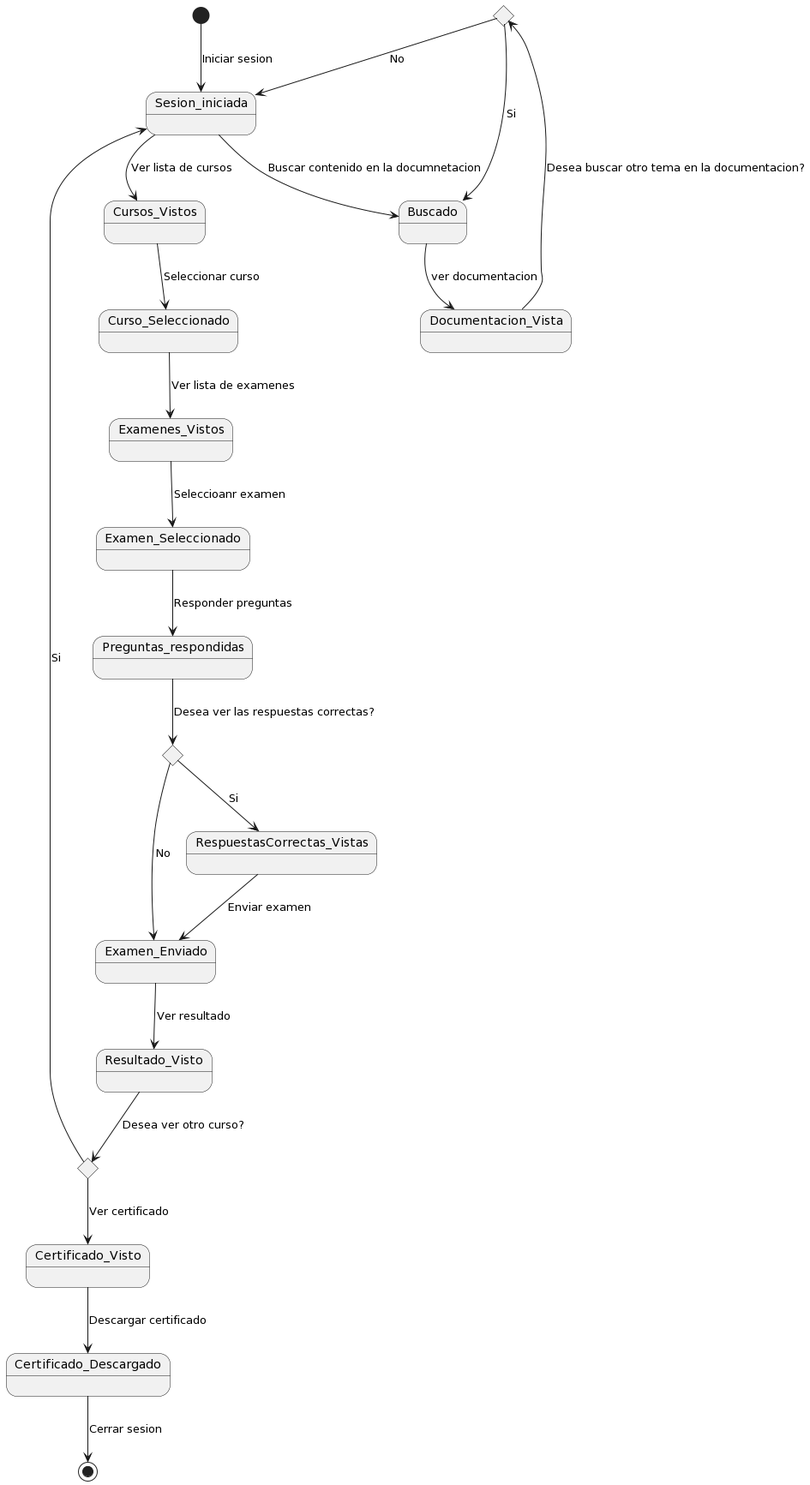
The PlantUML diagram out/docs/useCases/DiagramaDeEstadosDeUseCasesUsuario/DiagramaDeEstadosDeUseCasesUsuario.png in Carverz/IS-022023_Proyecto-Grupo-4, before a commit. Its diagram source:
```plantuml
@startuml
skinparam Style strictuml

state choice1 <<choice>>
state choice2 <<choice>>
state choice3 <<choice>>
[*] --> Sesion_iniciada: Iniciar sesion
Sesion_iniciada --> Buscado: Buscar contenido en la documnetacion
Buscado --> Documentacion_Vista: ver documentacion
Documentacion_Vista-->choice1: Desea buscar otro tema en la documentacion?
choice1 --> Buscado: Si
choice1 --> Sesion_iniciada: No

Sesion_iniciada --> Cursos_Vistos: Ver lista de cursos
Cursos_Vistos --> Curso_Seleccionado: Seleccionar curso
Curso_Seleccionado --> Examenes_Vistos: Ver lista de examenes
Examenes_Vistos --> Examen_Seleccionado: Seleccioanr examen
Examen_Seleccionado --> Preguntas_respondidas: Responder preguntas
Preguntas_respondidas --> choice2: Desea ver las respuestas correctas?
choice2 --> RespuestasCorrectas_Vistas: Si
RespuestasCorrectas_Vistas --> Examen_Enviado: Enviar examen
choice2 --> Examen_Enviado: No
Examen_Enviado --> Resultado_Visto: Ver resultado
Resultado_Visto --> choice3: Desea ver otro curso?
choice3 --> Sesion_iniciada: Si
choice3 --> Certificado_Visto: Ver certificado
Certificado_Visto --> Certificado_Descargado: Descargar certificado
Certificado_Descargado --> [*]: Cerrar sesion
@enduml
```
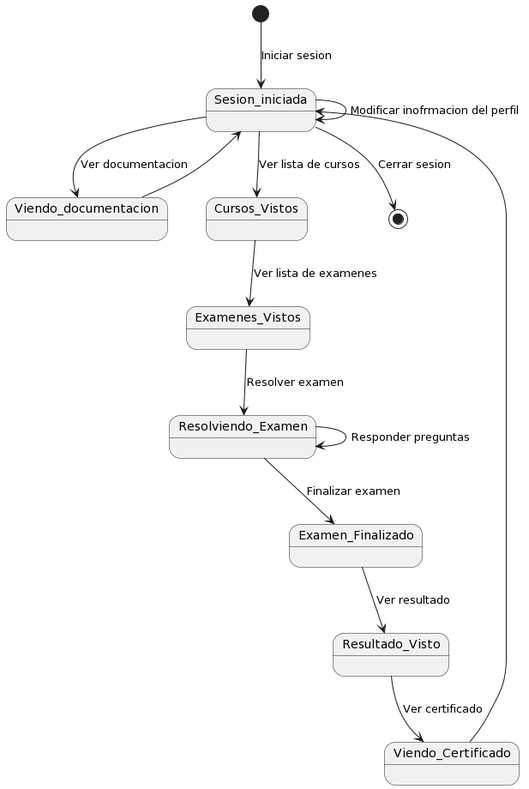
The same file after the commit.

What changed in the source:
```diff
@@ -1,29 +1,19 @@
 @startuml
 skinparam Style strictuml
 
-state choice1 <<choice>>
-state choice2 <<choice>>
-state choice3 <<choice>>
+
 [*] --> Sesion_iniciada: Iniciar sesion
-Sesion_iniciada --> Buscado: Buscar contenido en la documnetacion
-Buscado --> Documentacion_Vista: ver documentacion
-Documentacion_Vista-->choice1: Desea buscar otro tema en la documentacion?
-choice1 --> Buscado: Si
-choice1 --> Sesion_iniciada: No
+Sesion_iniciada --> Sesion_iniciada: Modificar inofrmacion del perfil
+Sesion_iniciada --> Viendo_documentacion: Ver documentacion
+Viendo_documentacion --> Sesion_iniciada
 
 Sesion_iniciada --> Cursos_Vistos: Ver lista de cursos
-Cursos_Vistos --> Curso_Seleccionado: Seleccionar curso
-Curso_Seleccionado --> Examenes_Vistos: Ver lista de examenes
-Examenes_Vistos --> Examen_Seleccionado: Seleccioanr examen
-Examen_Seleccionado --> Preguntas_respondidas: Responder preguntas
-Preguntas_respondidas --> choice2: Desea ver las respuestas correctas?
-choice2 --> RespuestasCorrectas_Vistas: Si
-RespuestasCorrectas_Vistas --> Examen_Enviado: Enviar examen
-choice2 --> Examen_Enviado: No
-Examen_Enviado --> Resultado_Visto: Ver resultado
-Resultado_Visto --> choice3: Desea ver otro curso?
-choice3 --> Sesion_iniciada: Si
-choice3 --> Certificado_Visto: Ver certificado
-Certificado_Visto --> Certificado_Descargado: Descargar certificado
-Certificado_Descargado --> [*]: Cerrar sesion
+Cursos_Vistos --> Examenes_Vistos: Ver lista de examenes
+Examenes_Vistos --> Resolviendo_Examen: Resolver examen
+Resolviendo_Examen --> Resolviendo_Examen: Responder preguntas
+Resolviendo_Examen --> Examen_Finalizado: Finalizar examen
+Examen_Finalizado --> Resultado_Visto: Ver resultado
+Resultado_Visto --> Viendo_Certificado: Ver certificado
+Viendo_Certificado -->  Sesion_iniciada
+Sesion_iniciada --> [*]: Cerrar sesion
 @enduml
```
